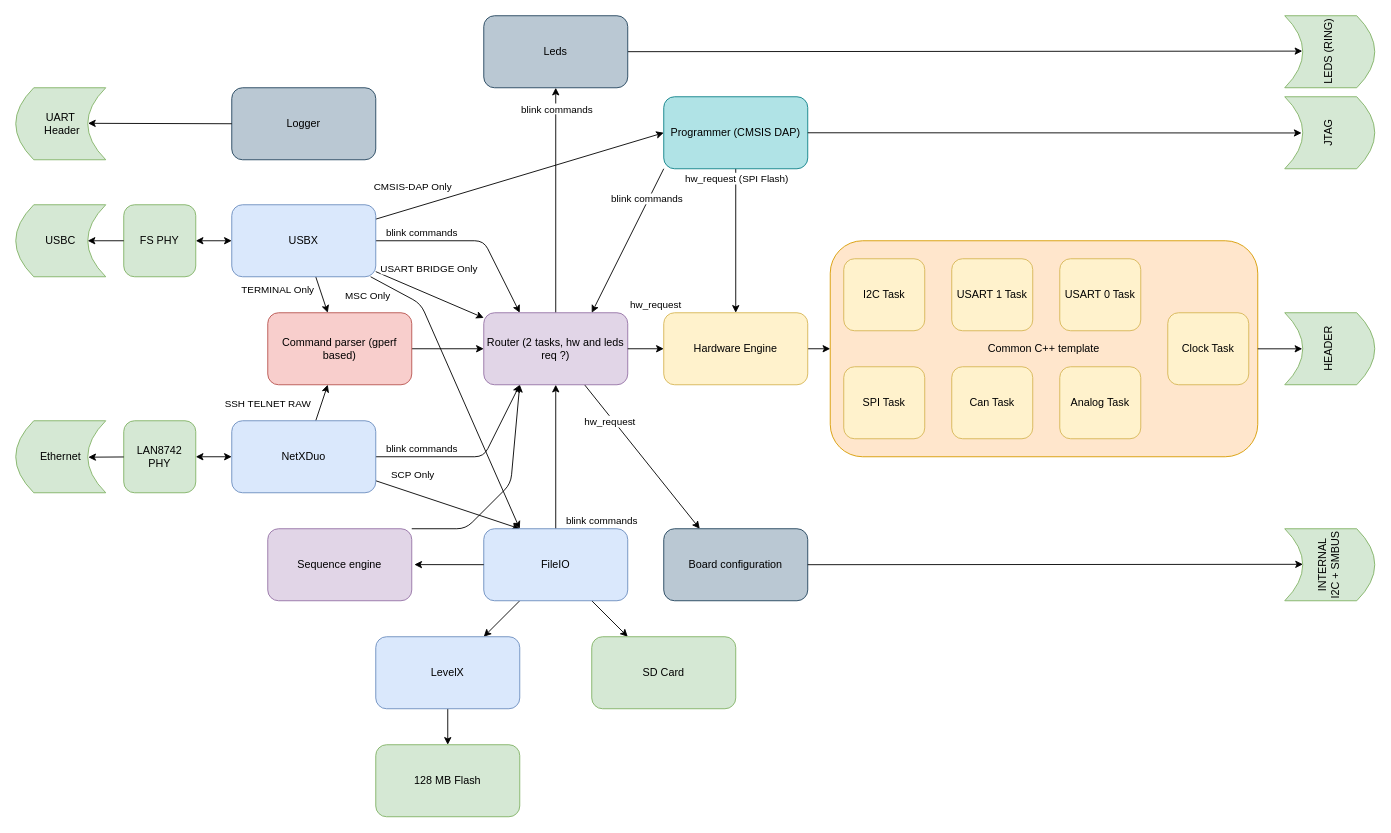
Before: tasks.drawio in lheywang/EtherBenchFirmware, a draw.io diagram. Source tidied: cells renumbered, new cells numbered last; positions are measured from the earlier drawing's top-left corner, leaving out a move shared by most shapes. Both pictures are drawn from the tidied source at 90%, with x=0, y=0 at pixel (15, 15).
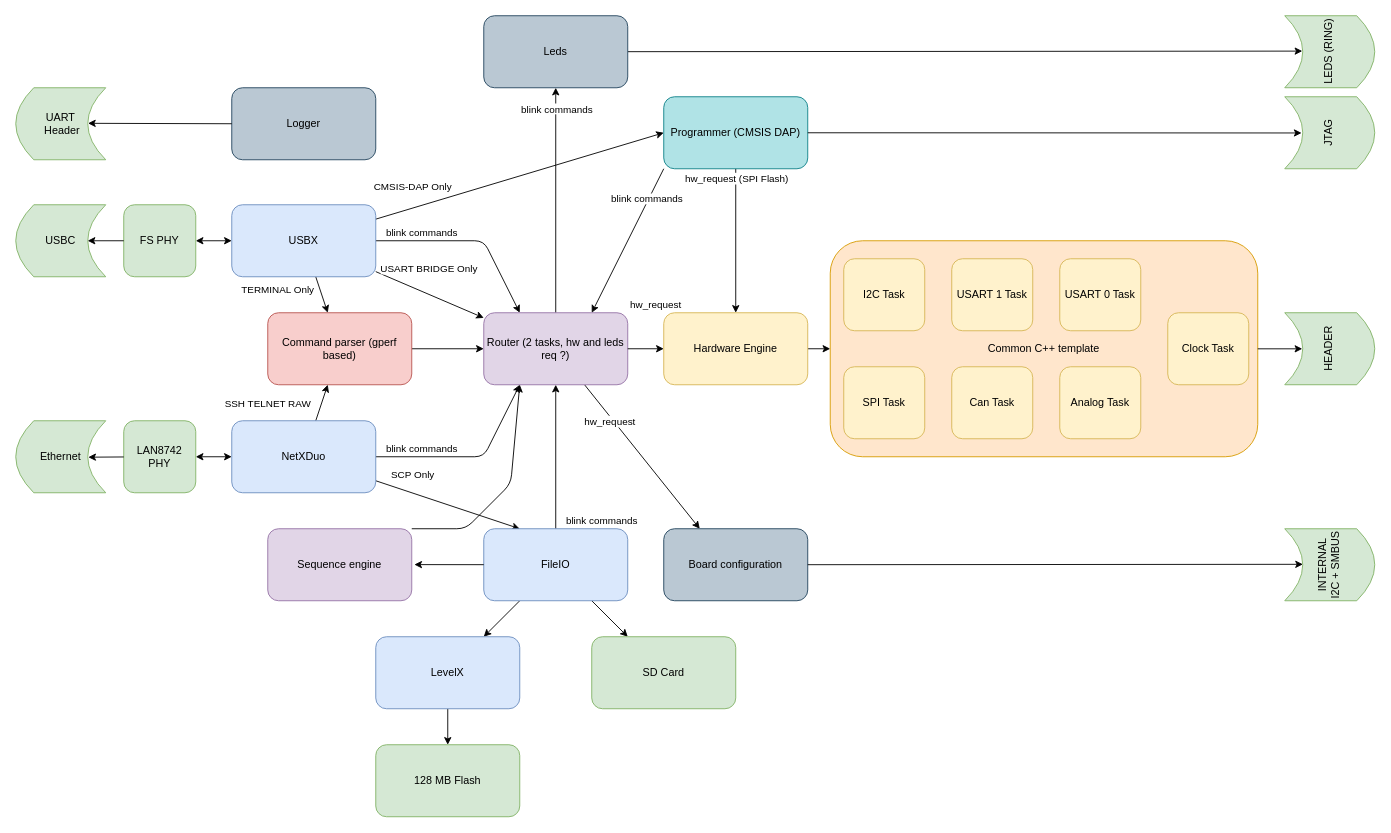
The same diagram, later.

Unchanged cells that the change refers to:
```xml
<mxCell id="13" value="USBX" style="rounded=1;whiteSpace=wrap;html=1;fillColor=#dae8fc;strokeColor=#6c8ebf;" parent="1" vertex="1">
  <mxGeometry x="240" y="210" width="160" height="80" as="geometry" />
</mxCell>
<mxCell id="49" value="FileIO" style="rounded=1;whiteSpace=wrap;html=1;fillColor=#dae8fc;strokeColor=#6c8ebf;" parent="1" vertex="1">
  <mxGeometry x="520" y="570" width="160" height="80" as="geometry" />
</mxCell>
```

Diff of the diagram source:
```diff
@@
-    <mxCell id="9" style="edgeStyle=none;html=1;entryX=0.25;entryY=0;entryDx=0;entryDy=0;" parent="1" edge="1" source="13" target="49">
-      <mxGeometry relative="1" as="geometry">
-        <Array as="points">
-          <mxPoint x="450" y="320" />
-        </Array>
-      </mxGeometry>
-    </mxCell>
-    <mxCell id="10" value="MSC Only" style="edgeLabel;html=1;align=center;verticalAlign=middle;" parent="9" vertex="1">
-      <mxGeometry x="-0.85" y="2" relative="1" as="geometry">
-        <mxPoint x="-27" y="10" as="offset" />
-      </mxGeometry>
-    </mxCell>
```
